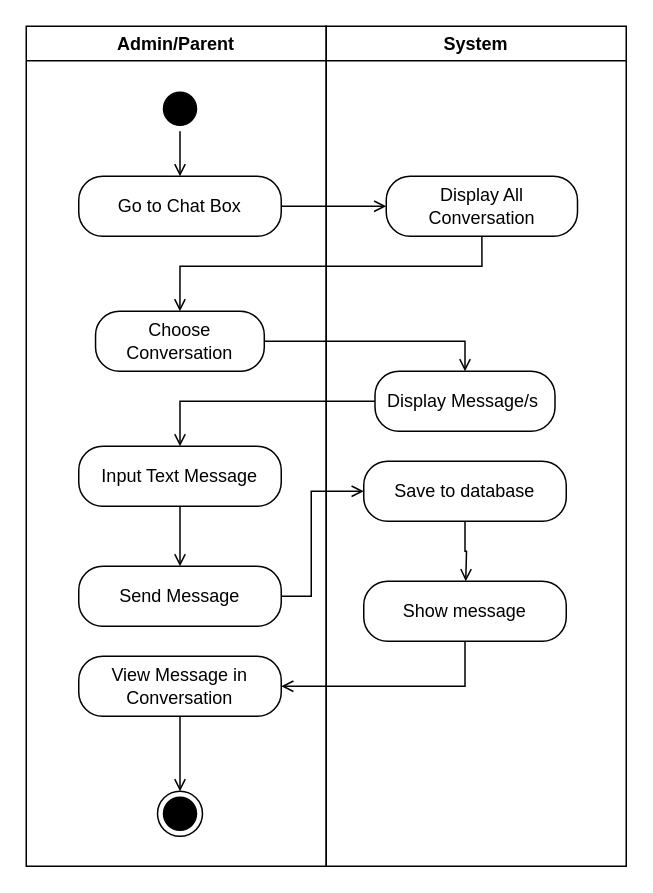
Before: page "Send Text Message" (5 of 7) of REVISIONS/UML-DIAGRAMS/6-28-2021/ACTIVITY DIAGRAM/ACTIVITY DIAGRAM3.drawio in mrklglsn/CAPSTONE-FILES, a draw.io diagram. Source tidied: cells renumbered, new cells numbered last; positions are measured from the earlier drawing's top-left corner, leaving out a move shared by most shapes. Both pictures are drawn from the tidied source at 150%, with x=0, y=0 at pixel (26, 26).
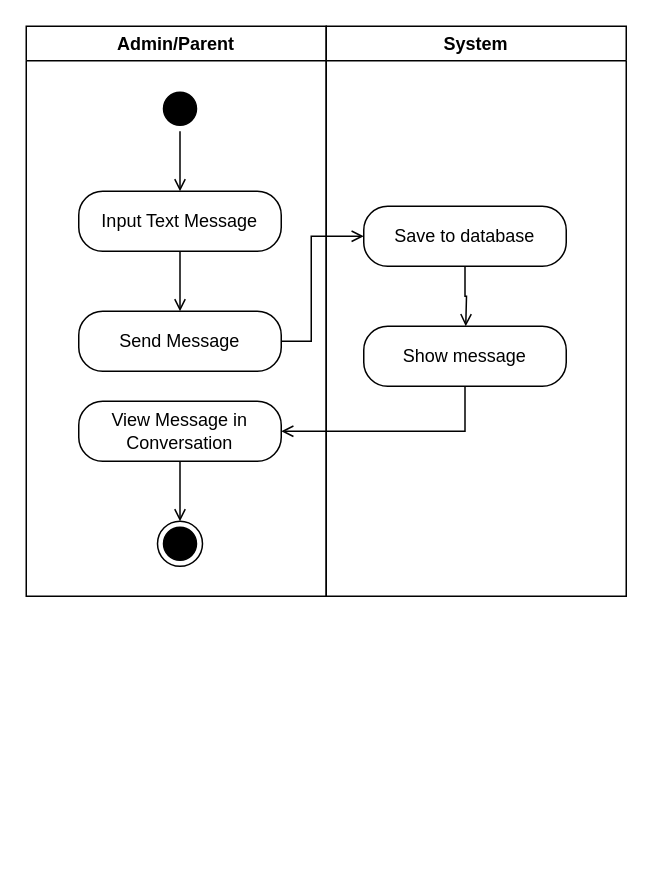
The same page after the edit.

Unchanged cells that the change refers to:
```xml
<mxCell id="5" style="ellipse;html=1;shape=startState;fillColor=#000000;" parent="2" vertex="1">
  <mxGeometry x="87.5" y="40" width="30" height="30" as="geometry" />
</mxCell>
```

The edit, as a diff of the source:
```diff
@@
     <mxCell id="2" value="Admin/Parent" style="swimlane;" parent="1" vertex="1">
-      <mxGeometry width="200" height="560" as="geometry" />
+      <mxGeometry width="200" height="380" as="geometry" />
     </mxCell>
-    <mxCell id="3" value="Go to Chat Box" style="rounded=1;whiteSpace=wrap;html=1;arcSize=40;" parent="2" vertex="1">
-      <mxGeometry x="35" y="100" width="135" height="40" as="geometry" />
-    </mxCell>
-    <mxCell id="4" style="edgeStyle=orthogonalEdgeStyle;rounded=0;jettySize=auto;html=1;endArrow=open;endFill=0;entryX=0.5;entryY=0;entryDx=0;entryDy=0;" parent="2" edge="1" source="5" target="3">
+    <mxCell id="4" style="edgeStyle=orthogonalEdgeStyle;rounded=0;jettySize=auto;html=1;endArrow=open;endFill=0;entryX=0.5;entryY=0;entryDx=0;entryDy=0;" parent="2" edge="1" source="5" target="7">
       <mxGeometry relative="1" as="geometry" />
     </mxCell>
@@
-    <mxCell id="6" value="Choose Conversation" style="rounded=1;whiteSpace=wrap;html=1;arcSize=40;" parent="2" vertex="1">
-      <mxGeometry x="46.2" y="190" width="112.5" height="40" as="geometry" />
-    </mxCell>
     <mxCell id="7" value="Input Text Message" style="rounded=1;whiteSpace=wrap;html=1;arcSize=40;" parent="2" vertex="1">
-      <mxGeometry x="35" y="280" width="135" height="40" as="geometry" />
+      <mxGeometry x="35" y="110" width="135" height="40" as="geometry" />
     </mxCell>
     <mxCell id="8" value="Send Message" style="rounded=1;whiteSpace=wrap;html=1;arcSize=40;" parent="2" vertex="1">
-      <mxGeometry x="35" y="360" width="135" height="40" as="geometry" />
+      <mxGeometry x="35" y="190" width="135" height="40" as="geometry" />
     </mxCell>
     <mxCell id="9" style="edgeStyle=orthogonalEdgeStyle;rounded=0;jettySize=auto;html=1;entryX=0.5;entryY=0;entryDx=0;entryDy=0;endArrow=open;endFill=0;exitX=0.5;exitY=1;exitDx=0;exitDy=0;" parent="2" edge="1" source="7" target="8">
       <mxGeometry relative="1" as="geometry">
         <Array as="points">
-          <mxPoint x="103" y="340" />
-          <mxPoint x="103" y="340" />
+          <mxPoint x="103" y="170" />
+          <mxPoint x="103" y="170" />
         </Array>
       </mxGeometry>
     </mxCell>
@@
     <mxCell id="11" value="View Message in Conversation" style="rounded=1;whiteSpace=wrap;html=1;arcSize=40;" parent="2" vertex="1">
-      <mxGeometry x="35" y="420" width="135" height="40" as="geometry" />
+      <mxGeometry x="35" y="250" width="135" height="40" as="geometry" />
     </mxCell>
     <mxCell id="12" style="ellipse;html=1;shape=endState;fillColor=#000000;rounded=1;" parent="2" vertex="1">
-      <mxGeometry x="87.5" y="510" width="30" height="30" as="geometry" />
+      <mxGeometry x="87.5" y="330" width="30" height="30" as="geometry" />
     </mxCell>
     <mxCell id="13" value="System" style="swimlane;" parent="1" vertex="1">
-      <mxGeometry x="200" width="200" height="560" as="geometry" />
+      <mxGeometry x="200" width="200" height="380" as="geometry" />
     </mxCell>
-    <mxCell id="14" value="Display All Conversation" style="rounded=1;whiteSpace=wrap;html=1;arcSize=40;" parent="13" vertex="1">
-      <mxGeometry x="40" y="100" width="127.5" height="40" as="geometry" />
-    </mxCell>
     <mxCell id="15" value="Save to database" style="rounded=1;whiteSpace=wrap;html=1;arcSize=40;" parent="13" vertex="1">
-      <mxGeometry x="25" y="290" width="135" height="40" as="geometry" />
+      <mxGeometry x="25" y="120" width="135" height="40" as="geometry" />
     </mxCell>
-    <mxCell id="16" value="Display Message/s&amp;nbsp;" style="rounded=1;whiteSpace=wrap;html=1;arcSize=40;" parent="13" vertex="1">
-      <mxGeometry x="32.5" y="230" width="120" height="40" as="geometry" />
-    </mxCell>
     <mxCell id="17" value="Show message" style="rounded=1;whiteSpace=wrap;html=1;arcSize=40;" parent="13" vertex="1">
-      <mxGeometry x="25" y="370" width="135" height="40" as="geometry" />
+      <mxGeometry x="25" y="200" width="135" height="40" as="geometry" />
     </mxCell>
-    <mxCell id="18" style="edgeStyle=orthogonalEdgeStyle;rounded=0;jettySize=auto;html=1;entryX=0;entryY=0.5;entryDx=0;entryDy=0;endArrow=open;endFill=0;" parent="1" edge="1" source="3" target="14">
-      <mxGeometry relative="1" as="geometry" />
-    </mxCell>
     <mxCell id="19" style="edgeStyle=orthogonalEdgeStyle;rounded=0;jettySize=auto;html=1;entryX=0;entryY=0.5;entryDx=0;entryDy=0;endArrow=open;endFill=0;" parent="1" edge="1" source="8" target="15">
       <mxGeometry relative="1" as="geometry">
         <Array as="points">
-          <mxPoint x="190" y="380" />
-          <mxPoint x="190" y="310" />
+          <mxPoint x="190" y="210" />
+          <mxPoint x="190" y="140" />
         </Array>
       </mxGeometry>
     </mxCell>
-    <mxCell id="20" style="edgeStyle=orthogonalEdgeStyle;rounded=0;jettySize=auto;html=1;entryX=0.5;entryY=0;entryDx=0;entryDy=0;exitX=0.5;exitY=1;exitDx=0;exitDy=0;endArrow=open;endFill=0;" parent="1" edge="1" source="14" target="6">
-      <mxGeometry relative="1" as="geometry">
-        <Array as="points">
-          <mxPoint x="304" y="160" />
-          <mxPoint x="103" y="160" />
-        </Array>
-      </mxGeometry>
-    </mxCell>
-    <mxCell id="21" style="edgeStyle=orthogonalEdgeStyle;rounded=0;jettySize=auto;html=1;entryX=0.5;entryY=0;entryDx=0;entryDy=0;endArrow=open;endFill=0;" parent="1" edge="1" source="6" target="16">
-      <mxGeometry relative="1" as="geometry" />
-    </mxCell>
-    <mxCell id="22" style="edgeStyle=orthogonalEdgeStyle;rounded=0;jettySize=auto;html=1;entryX=0.5;entryY=0;entryDx=0;entryDy=0;endArrow=open;endFill=0;" parent="1" edge="1" source="16" target="7">
-      <mxGeometry relative="1" as="geometry" />
-    </mxCell>
     <mxCell id="23" style="edgeStyle=orthogonalEdgeStyle;rounded=0;jettySize=auto;html=1;exitX=0.5;exitY=1;exitDx=0;exitDy=0;endArrow=open;endFill=0;" parent="1" edge="1" source="15">
       <mxGeometry relative="1" as="geometry">
-        <mxPoint x="293" y="370" as="targetPoint" />
+        <mxPoint x="293" y="200" as="targetPoint" />
       </mxGeometry>
     </mxCell>
```
